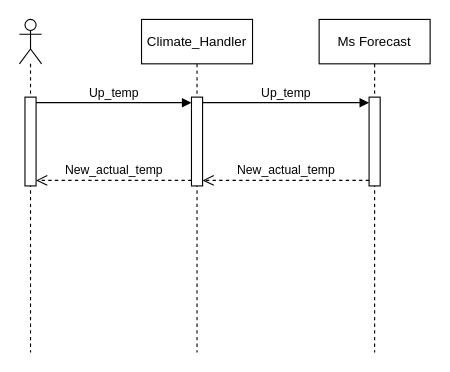
Above: UML/FLow/Flow_Diagram_1.drawio in cirobrachetta/climate_handler (draw.io), before the change. Source tidied: cells renumbered, new cells numbered last; positions are measured from the earlier drawing's top-left corner, leaving out a move shared by most shapes. Both pictures are drawn from the tidied source at 111%, with x=0, y=0 at pixel (19, 19).
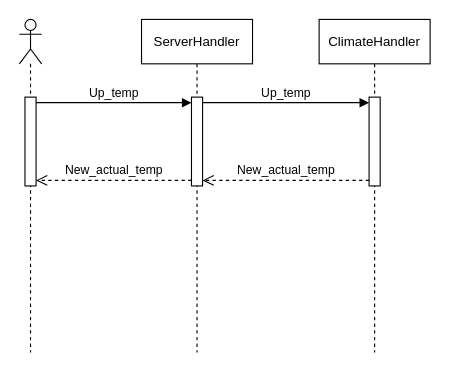
Above is the later version.

What changed in the source:
```diff
@@
 <mxGraphModel>
   <root>
     <mxCell id="0" />
     <mxCell id="1" parent="0" />
     <mxCell id="2" style="shape=umlLifeline;perimeter=lifelinePerimeter;whiteSpace=wrap;html=1;newEdgeStyle={&quot;curved&quot;:0,&quot;rounded&quot;:0};participant=umlActor;" parent="1" vertex="1">
       <mxGeometry width="20" height="300" as="geometry" />
     </mxCell>
     <mxCell id="3" style="html=1;points=[[0,0,0,0,5],[0,1,0,0,-5],[1,0,0,0,5],[1,1,0,0,-5]];perimeter=orthogonalPerimeter;outlineConnect=0;targetShapes=umlLifeline;portConstraint=eastwest;newEdgeStyle={&quot;curved&quot;:0,&quot;rounded&quot;:0};" parent="2" vertex="1">
       <mxGeometry x="5" y="70" width="10" height="80" as="geometry" />
     </mxCell>
-    <mxCell id="4" value="Climate_Handler" style="shape=umlLifeline;perimeter=lifelinePerimeter;whiteSpace=wrap;html=1;newEdgeStyle={&quot;curved&quot;:0,&quot;rounded&quot;:0};" parent="1" vertex="1">
+    <mxCell id="4" value="ServerHandler" style="shape=umlLifeline;perimeter=lifelinePerimeter;whiteSpace=wrap;html=1;newEdgeStyle={&quot;curved&quot;:0,&quot;rounded&quot;:0};" parent="1" vertex="1">
       <mxGeometry x="110" width="100" height="300" as="geometry" />
     </mxCell>
     <mxCell id="5" style="html=1;points=[[0,0,0,0,5],[0,1,0,0,-5],[1,0,0,0,5],[1,1,0,0,-5]];perimeter=orthogonalPerimeter;outlineConnect=0;targetShapes=umlLifeline;portConstraint=eastwest;newEdgeStyle={&quot;curved&quot;:0,&quot;rounded&quot;:0};" parent="4" vertex="1">
       <mxGeometry x="45" y="70" width="10" height="80" as="geometry" />
     </mxCell>
     <mxCell id="6" value="Up_temp" style="html=1;verticalAlign=bottom;endArrow=block;curved=0;rounded=0;exitX=1;exitY=0;exitDx=0;exitDy=5;exitPerimeter=0;entryX=0;entryY=0;entryDx=0;entryDy=5;entryPerimeter=0;" parent="1" edge="1" source="3" target="5">
       <mxGeometry relative="1" as="geometry" />
     </mxCell>
-    <mxCell id="7" value="Ms Forecast" style="shape=umlLifeline;perimeter=lifelinePerimeter;whiteSpace=wrap;html=1;newEdgeStyle={&quot;curved&quot;:0,&quot;rounded&quot;:0};" parent="1" vertex="1">
+    <mxCell id="7" value="ClimateHandler" style="shape=umlLifeline;perimeter=lifelinePerimeter;whiteSpace=wrap;html=1;newEdgeStyle={&quot;curved&quot;:0,&quot;rounded&quot;:0};" parent="1" vertex="1">
       <mxGeometry x="270" width="100" height="300" as="geometry" />
     </mxCell>
     <mxCell id="8" style="html=1;points=[[0,0,0,0,5],[0,1,0,0,-5],[1,0,0,0,5],[1,1,0,0,-5]];perimeter=orthogonalPerimeter;outlineConnect=0;targetShapes=umlLifeline;portConstraint=eastwest;newEdgeStyle={&quot;curved&quot;:0,&quot;rounded&quot;:0};" parent="7" vertex="1">
       <mxGeometry x="45" y="70" width="10" height="80" as="geometry" />
     </mxCell>
     <mxCell id="9" value="Up_temp" style="html=1;verticalAlign=bottom;endArrow=block;curved=0;rounded=0;exitX=1;exitY=0;exitDx=0;exitDy=5;exitPerimeter=0;entryX=0;entryY=0;entryDx=0;entryDy=5;entryPerimeter=0;" parent="1" edge="1" source="5" target="8">
       <mxGeometry relative="1" as="geometry" />
     </mxCell>
     <mxCell id="10" value="New_actual_temp" style="html=1;verticalAlign=bottom;endArrow=open;dashed=1;endSize=8;curved=0;rounded=0;exitX=0;exitY=1;exitDx=0;exitDy=-5;exitPerimeter=0;entryX=1;entryY=1;entryDx=0;entryDy=-5;entryPerimeter=0;" parent="1" edge="1" source="8" target="5">
       <mxGeometry relative="1" as="geometry" />
     </mxCell>
     <mxCell id="11" value="&lt;span style=&quot;color: rgb(0, 0, 0);&quot;&gt;New_actual_temp&lt;/span&gt;" style="html=1;verticalAlign=bottom;endArrow=open;dashed=1;endSize=8;curved=0;rounded=0;exitX=0;exitY=1;exitDx=0;exitDy=-5;exitPerimeter=0;entryX=1;entryY=1;entryDx=0;entryDy=-5;entryPerimeter=0;" parent="1" edge="1" source="5" target="3">
       <mxGeometry relative="1" as="geometry" />
     </mxCell>
   </root>
 </mxGraphModel>
```
